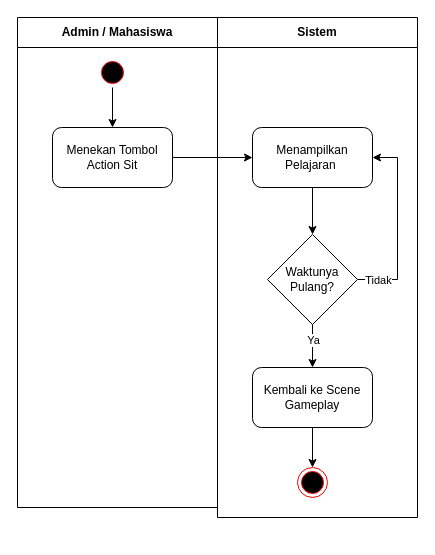
Before: skripsi/skripsi/gambar/BAB III/Activity Diagram/Activity Diagram Action Classroom –  Sit.drawio in hako-975/UNPAM-File, a draw.io diagram. Source tidied: cells renumbered, new cells numbered last; positions are measured from the earlier drawing's top-left corner, leaving out a move shared by most shapes. Both pictures are drawn from the tidied source at 100%, with x=0, y=0 at pixel (17, 17).
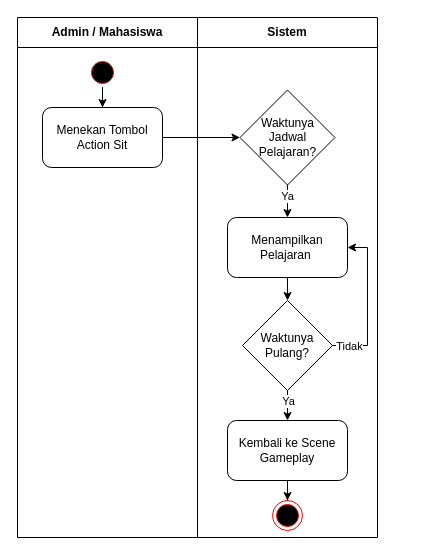
The same diagram, later.

Unchanged cells that the change refers to:
```xml
<mxCell id="10" style="rounded=0;jettySize=auto;html=1;exitX=0.5;exitY=1;exitDx=0;exitDy=0;entryX=0.5;entryY=0;entryDx=0;entryDy=0;" parent="6" edge="1" source="14" target="16">
  <mxGeometry relative="1" as="geometry" />
</mxCell>
```

The edit, as a diff of the source:
```diff
@@
     <mxCell id="2" value="Admin / Mahasiswa" style="swimlane;whiteSpace=wrap;html=1;startSize=30;" parent="1" vertex="1">
-      <mxGeometry width="200" height="490" as="geometry" />
+      <mxGeometry width="180" height="520" as="geometry" />
     </mxCell>
@@
     <mxCell id="4" style="ellipse;html=1;shape=startState;fillColor=#000000;strokeColor=#ff0000;" parent="2" vertex="1">
-      <mxGeometry x="80" y="40" width="30" height="30" as="geometry" />
+      <mxGeometry x="70" y="40" width="30" height="30" as="geometry" />
     </mxCell>
     <mxCell id="5" value="Menekan Tombol&lt;div&gt;Action Sit&lt;/div&gt;" style="rounded=1;whiteSpace=wrap;html=1;" parent="2" vertex="1">
-      <mxGeometry x="35" y="110" width="120" height="60" as="geometry" />
+      <mxGeometry x="25" y="90" width="120" height="60" as="geometry" />
     </mxCell>
     <mxCell id="6" value="Sistem" style="swimlane;whiteSpace=wrap;html=1;startSize=30;" parent="1" vertex="1">
-      <mxGeometry x="200" width="200" height="500" as="geometry" />
+      <mxGeometry x="180" width="180" height="520" as="geometry" />
     </mxCell>
@@
     <mxCell id="8" value="Menampilkan Pelajaran&amp;nbsp;" style="whiteSpace=wrap;html=1;rounded=1;" parent="6" vertex="1">
-      <mxGeometry x="35" y="110" width="120" height="60" as="geometry" />
+      <mxGeometry x="30" y="200" width="120" height="60" as="geometry" />
     </mxCell>
     <mxCell id="9" style="ellipse;html=1;shape=endState;fillColor=#000000;strokeColor=#ff0000;" parent="6" vertex="1">
-      <mxGeometry x="80" y="450" width="30" height="30" as="geometry" />
+      <mxGeometry x="75" y="483" width="30" height="30" as="geometry" />
     </mxCell>
@@
     <mxCell id="11" value="Ya" style="edgeLabel;html=1;align=center;verticalAlign=middle;" parent="10" vertex="1">
       <mxGeometry x="-0.44" y="2" relative="1" as="geometry">
-        <mxPoint x="-2" y="3" as="offset" />
+        <mxPoint x="-2" y="2" as="offset" />
       </mxGeometry>
     </mxCell>
     <mxCell id="12" style="edgeStyle=orthogonalEdgeStyle;rounded=0;jettySize=auto;html=1;exitX=1;exitY=0.5;exitDx=0;exitDy=0;entryX=1;entryY=0.5;entryDx=0;entryDy=0;" parent="6" edge="1" source="14" target="8">
       <mxGeometry relative="1" as="geometry">
         <Array as="points">
-          <mxPoint x="180" y="262" />
-          <mxPoint x="180" y="140" />
+          <mxPoint x="170" y="328" />
+          <mxPoint x="170" y="230" />
         </Array>
       </mxGeometry>
     </mxCell>
@@
     <mxCell id="14" value="Waktunya Pulang?" style="rhombus;whiteSpace=wrap;html=1;" parent="6" vertex="1">
-      <mxGeometry x="50" y="217" width="90" height="90" as="geometry" />
+      <mxGeometry x="45" y="283" width="90" height="90" as="geometry" />
     </mxCell>
@@
     <mxCell id="16" value="Kembali ke Scene Gameplay" style="whiteSpace=wrap;html=1;rounded=1;" parent="6" vertex="1">
-      <mxGeometry x="35" y="350" width="120" height="60" as="geometry" />
+      <mxGeometry x="30" y="403" width="120" height="60" as="geometry" />
     </mxCell>
-    <mxCell id="17" style="edgeStyle=orthogonalEdgeStyle;rounded=0;jettySize=auto;html=1;exitX=1;exitY=0.5;exitDx=0;exitDy=0;" parent="1" edge="1" source="5" target="8">
-      <mxGeometry relative="1" as="geometry" />
-    </mxCell>
+    <mxCell id="18" style="edgeStyle=orthogonalEdgeStyle;rounded=0;jettySize=auto;html=1;exitX=0.5;exitY=1;exitDx=0;exitDy=0;entryX=0.5;entryY=0;entryDx=0;entryDy=0;" parent="6" edge="1" source="19" target="8">
+      <mxGeometry relative="1" as="geometry" />
+    </mxCell>
+    <mxCell id="19" value="Waktunya Jadwal Pelajaran?" style="rhombus;whiteSpace=wrap;html=1;" parent="6" vertex="1">
+      <mxGeometry x="42.5" y="72.5" width="95" height="95" as="geometry" />
+    </mxCell>
+    <mxCell id="20" value="Ya" style="edgeLabel;html=1;align=center;verticalAlign=middle;" parent="6" vertex="1">
+      <mxGeometry x="87" y="365" as="geometry">
+        <mxPoint x="2" y="-187" as="offset" />
+      </mxGeometry>
+    </mxCell>
+    <mxCell id="21" style="edgeStyle=orthogonalEdgeStyle;rounded=0;jettySize=auto;html=1;entryX=0;entryY=0.5;entryDx=0;entryDy=0;" parent="1" edge="1" source="5" target="19">
+      <mxGeometry relative="1" as="geometry" />
+    </mxCell>
```
